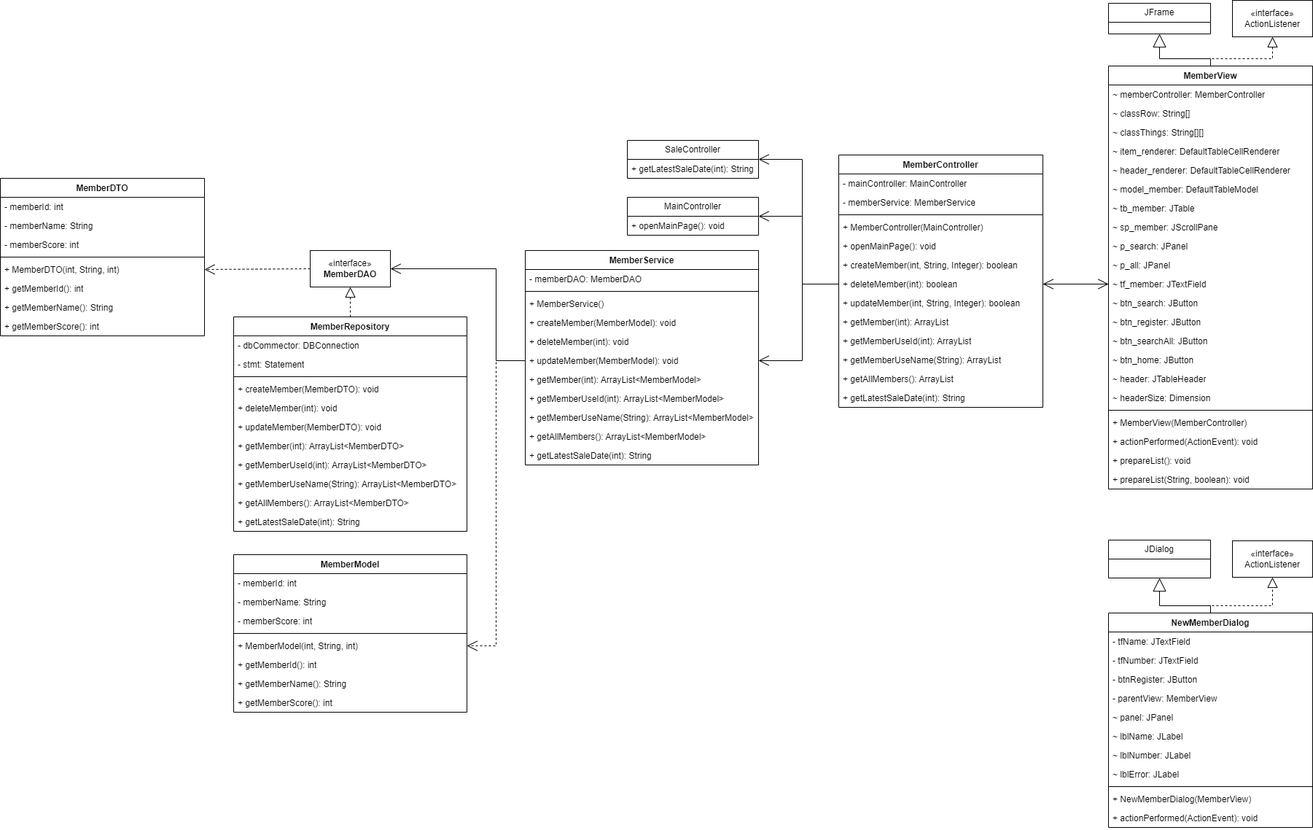
This is Member.drawio.png from P-POS/PPOS, a draw.io export, as it was before one commit. Source tidied: cells renumbered, new cells last; positions are measured from the earlier drawing's top-left corner, leaving out a move shared by most shapes.
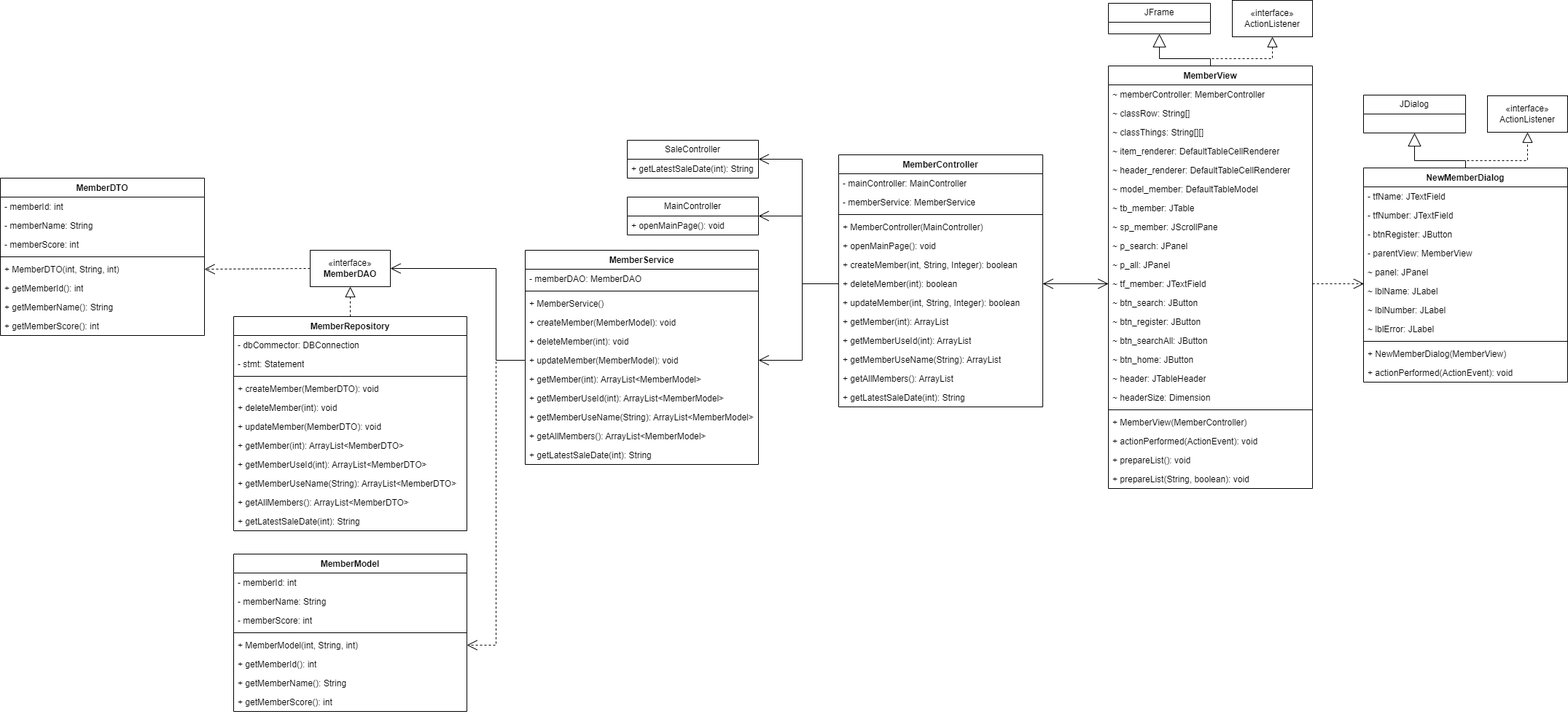
Later version of the same file.

Diff of the diagram source:
```diff
@@ -156,7 +156,7 @@
       <mxGeometry x="1690" width="110" height="50" as="geometry" />
     </mxCell>
     <mxCell id="53" value="&lt;span style=&quot;text-wrap: nowrap;&quot;&gt;NewMemberDialog&lt;/span&gt;" style="swimlane;fontStyle=1;align=center;verticalAlign=top;horizontal=1;startSize=26;whiteSpace=wrap;html=1;" parent="1" vertex="1">
-      <mxGeometry x="1520" y="840" width="280" height="294" as="geometry" />
+      <mxGeometry x="1870" y="230" width="280" height="294" as="geometry" />
     </mxCell>
     <mxCell id="54" value="&lt;span style=&quot;text-wrap: nowrap;&quot;&gt;- tfName:&amp;nbsp;JTextField&lt;/span&gt;" style="text;strokeColor=none;fillColor=none;align=left;verticalAlign=top;spacingLeft=4;spacingRight=4;overflow=hidden;whiteSpace=wrap;html=1;" parent="53" vertex="1">
       <mxGeometry y="26" width="280" height="26" as="geometry" />
@@ -192,16 +192,16 @@
       <mxGeometry y="268" width="280" height="26" as="geometry" />
     </mxCell>
     <mxCell id="65" value="JDialog" style="swimlane;fontStyle=0;horizontal=1;startSize=26;fillColor=none;whiteSpace=wrap;html=1;" parent="1" vertex="1">
-      <mxGeometry x="1520" y="740" width="140" height="52" as="geometry" />
+      <mxGeometry x="1870" y="130" width="140" height="52" as="geometry" />
     </mxCell>
     <mxCell id="66" value="«interface»&lt;br&gt;ActionListener" style="html=1;whiteSpace=wrap;" parent="1" vertex="1">
-      <mxGeometry x="1690" y="741" width="110" height="50" as="geometry" />
+      <mxGeometry x="2040" y="131" width="110" height="50" as="geometry" />
     </mxCell>
     <mxCell id="67" style="endArrow=block;dashed=1;endFill=0;endSize=12;html=1;rounded=0;entryX=0.5;entryY=1;entryDx=0;entryDy=0;exitX=0.5;exitY=0;exitDx=0;exitDy=0;" parent="1" edge="1" source="53" target="66">
       <mxGeometry relative="1" as="geometry">
         <Array as="points">
-          <mxPoint x="1660" y="830" />
-          <mxPoint x="1745" y="830" />
+          <mxPoint x="2010" y="220" />
+          <mxPoint x="2095" y="220" />
         </Array>
       </mxGeometry>
     </mxCell>
@@ -224,8 +224,8 @@
     <mxCell id="70" style="endArrow=block;endSize=16;endFill=0;html=1;rounded=0;entryX=0.5;entryY=1;entryDx=0;entryDy=0;exitX=0.5;exitY=0;exitDx=0;exitDy=0;" parent="1" edge="1" source="53" target="65">
       <mxGeometry relative="1" as="geometry">
         <Array as="points">
-          <mxPoint x="1660" y="830" />
-          <mxPoint x="1590" y="830" />
+          <mxPoint x="2010" y="220" />
+          <mxPoint x="1940" y="220" />
         </Array>
       </mxGeometry>
     </mxCell>
@@ -388,5 +388,8 @@
     <mxCell id="114" value="+ openMainPage(): void" style="text;strokeColor=none;fillColor=none;align=left;verticalAlign=top;spacingLeft=4;spacingRight=4;overflow=hidden;whiteSpace=wrap;html=1;" parent="113" vertex="1">
       <mxGeometry y="26" width="180" height="26" as="geometry" />
     </mxCell>
+    <mxCell id="115" style="endArrow=open;endSize=12;dashed=1;html=1;rounded=0;exitX=1;exitY=0.5;exitDx=0;exitDy=0;entryX=0.002;entryY=0.116;entryDx=0;entryDy=0;entryPerimeter=0;" parent="1" edge="1" source="39" target="59">
+      <mxGeometry relative="1" as="geometry" />
+    </mxCell>
   </root>
 </mxGraphModel>
```
